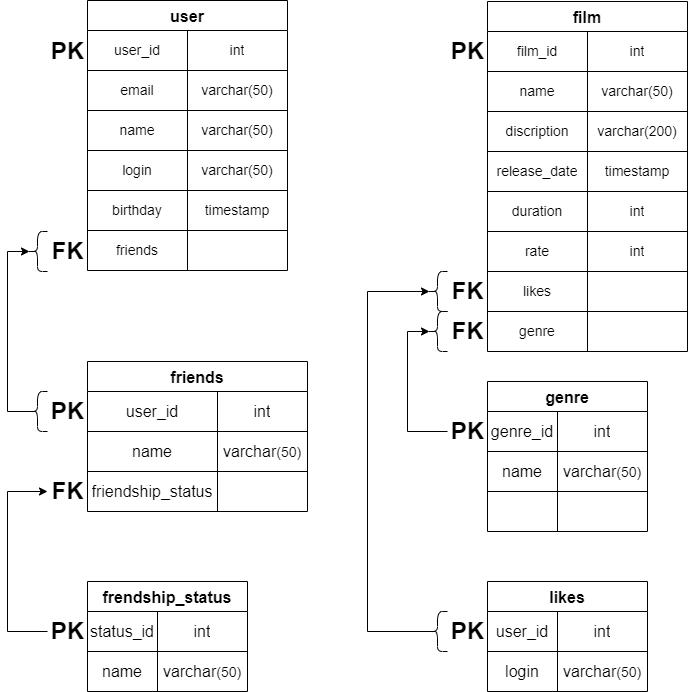
Nexler0/java-filmorate keeps this draw.io diagram as src/BD_scheme.png. Above is the earlier version. Source tidied: cells renumbered, new cells last; positions are measured from the earlier drawing's top-left corner, leaving out a move shared by most shapes.
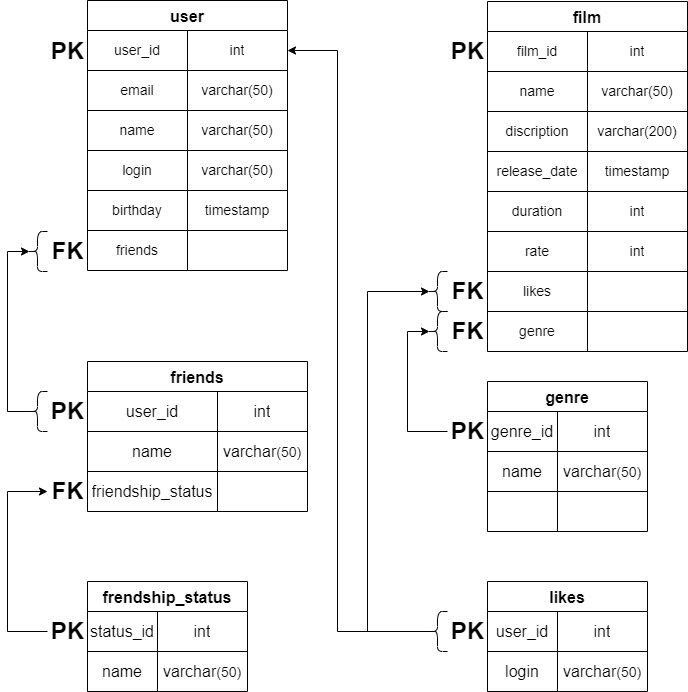
After the change.

Change to the diagram source:
```diff
@@ -304,6 +304,13 @@
         </Array>
       </mxGeometry>
     </mxCell>
+    <mxCell id="99" style="edgeStyle=elbowEdgeStyle;rounded=0;jettySize=auto;html=1;exitX=0.1;exitY=0.5;exitDx=0;exitDy=0;exitPerimeter=0;entryX=1;entryY=0.5;entryDx=0;entryDy=0;fontSize=16;" parent="1" edge="1" source="97" target="3">
+      <mxGeometry relative="1" as="geometry">
+        <Array as="points">
+          <mxPoint x="570" y="111" />
+        </Array>
+      </mxGeometry>
+    </mxCell>
     <mxCell id="97" style="shape=curlyBracket;whiteSpace=wrap;html=1;rounded=1;fontSize=16;" parent="1" vertex="1">
       <mxGeometry x="660" y="611" width="20" height="40" as="geometry" />
     </mxCell>
```
